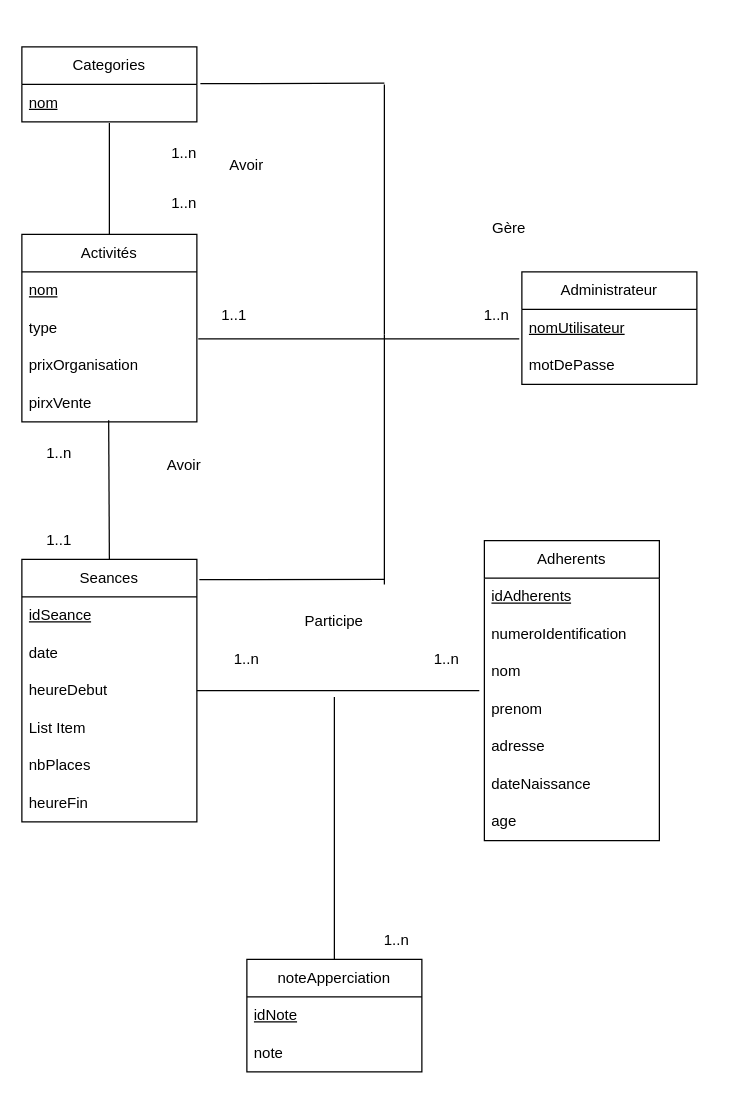
Above: UML Projet.drawio in SoakedTofu/ProjetProgGraphique (draw.io), before the change. Source tidied: cells renumbered, new cells numbered last; positions are measured from the earlier drawing's top-left corner, leaving out a move shared by most shapes. Both pictures are drawn from the tidied source at 125%, with x=0, y=0 at pixel (21, 46).
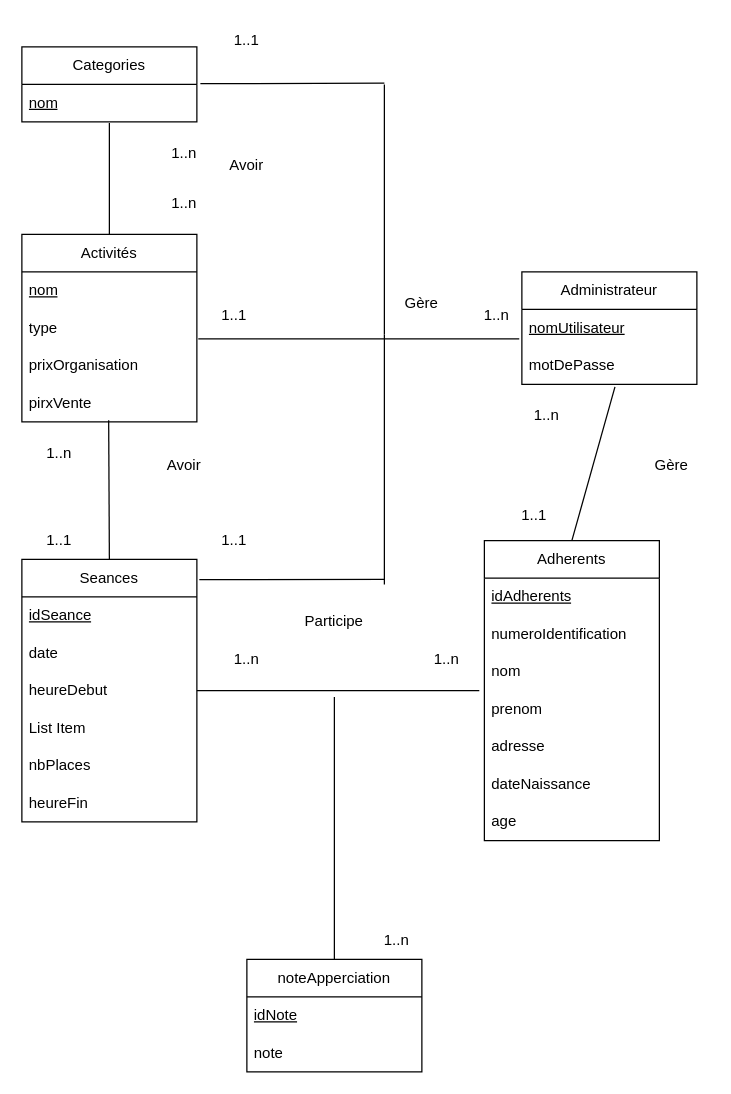
After the change.

Unchanged cells that the change refers to:
```xml
<mxCell id="2" value="Adherents" style="swimlane;fontStyle=0;horizontal=1;startSize=30;whiteSpace=wrap;html=1;" parent="1" vertex="1">
  <mxGeometry x="370" y="395" width="140" height="240" as="geometry" />
</mxCell>
<mxCell id="12" value="motDePasse" style="text;strokeColor=none;fillColor=none;align=left;verticalAlign=middle;spacingLeft=4;spacingRight=4;overflow=hidden;points=[[0,0.5],[1,0.5]];portConstraint=eastwest;whiteSpace=wrap;html=1;" parent="10" vertex="1">
  <mxGeometry y="60" width="140" height="30" as="geometry" />
</mxCell>
```

Diff of the diagram source:
```diff
@@
     <mxCell id="45" value="Gère" style="text;html=1;align=center;verticalAlign=middle;whiteSpace=wrap;rounded=0;" parent="1" vertex="1">
-      <mxGeometry x="360" y="130" width="60" height="30" as="geometry" />
+      <mxGeometry x="290" y="190" width="60" height="30" as="geometry" />
     </mxCell>
@@
+    <mxCell id="52" style="endArrow=none;html=1;rounded=0;entryX=0.532;entryY=1.067;entryDx=0;entryDy=0;entryPerimeter=0;exitX=0.5;exitY=0;exitDx=0;exitDy=0;" parent="1" edge="1" source="2" target="12">
+      <mxGeometry relative="1" as="geometry" />
+    </mxCell>
+    <mxCell id="53" value="Gère" style="text;html=1;align=center;verticalAlign=middle;whiteSpace=wrap;rounded=0;" parent="1" vertex="1">
+      <mxGeometry x="490" y="320" width="60" height="30" as="geometry" />
+    </mxCell>
+    <mxCell id="54" value="1..1" style="text;html=1;align=center;verticalAlign=middle;whiteSpace=wrap;rounded=0;" parent="1" vertex="1">
+      <mxGeometry x="380" y="360" width="60" height="30" as="geometry" />
+    </mxCell>
+    <mxCell id="55" value="1..n" style="text;html=1;align=center;verticalAlign=middle;whiteSpace=wrap;rounded=0;" parent="1" vertex="1">
+      <mxGeometry x="390" y="280" width="60" height="30" as="geometry" />
+    </mxCell>
+    <mxCell id="56" value="1..1" style="text;html=1;align=center;verticalAlign=middle;whiteSpace=wrap;rounded=0;" parent="1" vertex="1">
+      <mxGeometry x="140" y="380" width="60" height="30" as="geometry" />
+    </mxCell>
+    <mxCell id="57" value="1..1" style="text;html=1;align=center;verticalAlign=middle;whiteSpace=wrap;rounded=0;" parent="1" vertex="1">
+      <mxGeometry x="150" y="-20" width="60" height="30" as="geometry" />
+    </mxCell>
```
